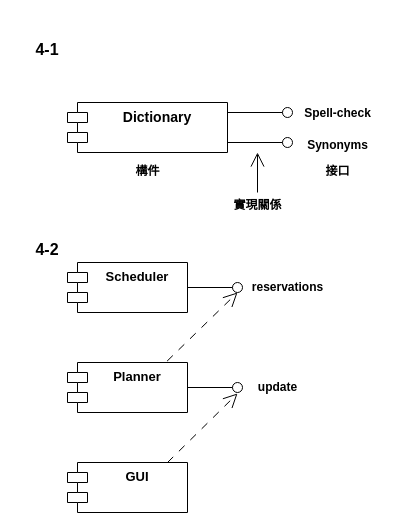
Earlier version of the draw.io diagram 4-Instance.drawio (wei0728/UML-diagram). Source tidied: cells renumbered, new cells numbered last; positions are measured from the earlier drawing's top-left corner, leaving out a move shared by most shapes. Both pictures are drawn from the tidied source at 100%, with x=0, y=0 at pixel (17, 32).
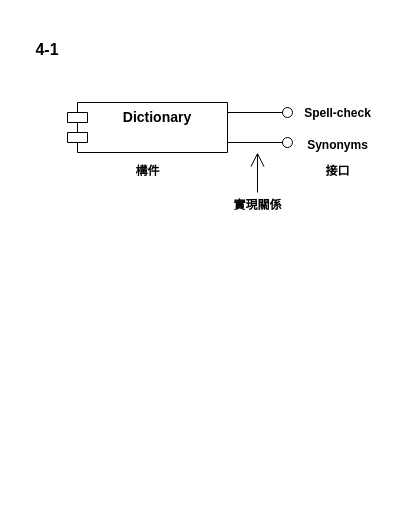
The same page after the edit.

What changed in the source:
```diff
@@
-    <mxCell id="12" value="&lt;h1&gt;&lt;font style=&quot;font-size: 16px;&quot;&gt;4-2&lt;/font&gt;&lt;/h1&gt;" style="text;html=1;strokeColor=none;fillColor=none;align=center;verticalAlign=middle;whiteSpace=wrap;rounded=0;" parent="1" vertex="1">
-      <mxGeometry y="200" width="60" height="30" as="geometry" />
-    </mxCell>
-    <mxCell id="13" value="&lt;b&gt;&lt;font style=&quot;font-size: 13px;&quot;&gt;GUI&lt;/font&gt;&lt;/b&gt;" style="shape=module;align=left;spacingLeft=20;align=center;verticalAlign=top;whiteSpace=wrap;html=1;" parent="1" vertex="1">
-      <mxGeometry x="50" y="430" width="120" height="50" as="geometry" />
-    </mxCell>
-    <mxCell id="14" value="&lt;b&gt;&lt;font style=&quot;font-size: 13px;&quot;&gt;Planner&lt;/font&gt;&lt;/b&gt;" style="shape=module;align=left;spacingLeft=20;align=center;verticalAlign=top;whiteSpace=wrap;html=1;" parent="1" vertex="1">
-      <mxGeometry x="50" y="330" width="120" height="50" as="geometry" />
-    </mxCell>
-    <mxCell id="15" value="&lt;b&gt;&lt;font style=&quot;font-size: 13px;&quot;&gt;Scheduler&lt;/font&gt;&lt;/b&gt;" style="shape=module;align=left;spacingLeft=20;align=center;verticalAlign=top;whiteSpace=wrap;html=1;" parent="1" vertex="1">
-      <mxGeometry x="50" y="230" width="120" height="50" as="geometry" />
-    </mxCell>
-    <mxCell id="16" style="rounded=0;jettySize=auto;html=1;endArrow=oval;endFill=0;sketch=0;sourcePerimeterSpacing=0;targetPerimeterSpacing=0;endSize=10;exitX=1;exitY=0.5;exitDx=0;exitDy=0;" parent="1" edge="1" source="15">
-      <mxGeometry relative="1" as="geometry">
-        <mxPoint x="220" y="255" as="targetPoint" />
-      </mxGeometry>
-    </mxCell>
-    <mxCell id="17" style="rounded=0;jettySize=auto;html=1;endArrow=oval;endFill=0;sketch=0;sourcePerimeterSpacing=0;targetPerimeterSpacing=0;endSize=10;exitX=1;exitY=0.5;exitDx=0;exitDy=0;" parent="1" edge="1" source="14">
-      <mxGeometry relative="1" as="geometry">
-        <mxPoint x="220" y="355" as="targetPoint" />
-      </mxGeometry>
-    </mxCell>
-    <mxCell id="18" style="endArrow=open;endFill=1;endSize=12;html=1;rounded=0;exitX=0.83;exitY=-0.028;exitDx=0;exitDy=0;exitPerimeter=0;dashed=1;dashPattern=8 8;" parent="1" edge="1" source="14">
-      <mxGeometry relative="1" as="geometry">
-        <mxPoint x="220" y="260" as="targetPoint" />
-      </mxGeometry>
-    </mxCell>
-    <mxCell id="19" style="endArrow=open;endFill=1;endSize=12;html=1;rounded=0;exitX=0.83;exitY=-0.028;exitDx=0;exitDy=0;exitPerimeter=0;dashed=1;dashPattern=8 8;" parent="1" edge="1">
-      <mxGeometry relative="1" as="geometry">
-        <mxPoint x="150" y="430" as="sourcePoint" />
-        <mxPoint x="220" y="361" as="targetPoint" />
-      </mxGeometry>
-    </mxCell>
-    <mxCell id="20" value="reservations" style="text;align=center;fontStyle=1;verticalAlign=middle;spacingLeft=3;spacingRight=3;strokeColor=none;html=1;" parent="1" vertex="1">
-      <mxGeometry x="230" y="242" width="80" height="26" as="geometry" />
-    </mxCell>
-    <mxCell id="21" value="update" style="text;align=center;fontStyle=1;verticalAlign=middle;spacingLeft=3;spacingRight=3;strokeColor=none;html=1;" parent="1" vertex="1">
-      <mxGeometry x="220" y="342" width="80" height="26" as="geometry" />
-    </mxCell>
```
